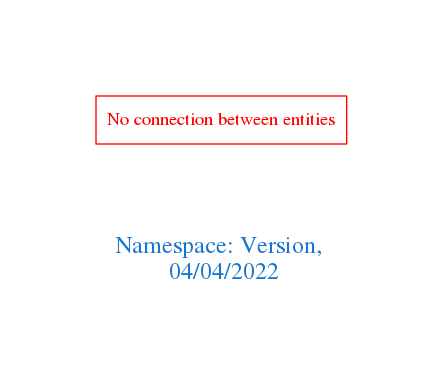
arago/OGIT keeps this Graphviz diagram as downloads/Version.png. Above is the earlier version. Its source is kept beside it as downloads/Version.dot.
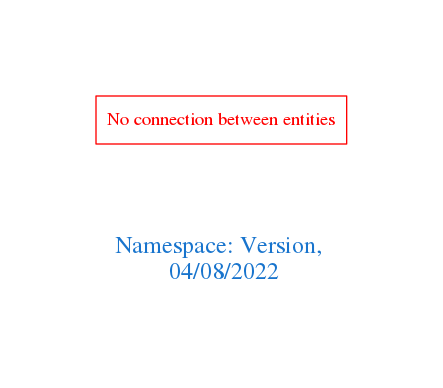
After the commit.

What changed in the source:
```diff
@@ -1,7 +1,7 @@
 digraph OGIT_ontology {
  graph [ rankdir= LR,pad=1
 fontsize = 18,
-fontcolor= dodgerblue3,label = "\n\n\nNamespace: Version, \n 04/04/2022"];
+fontcolor= dodgerblue3,label = "\n\n\nNamespace: Version, \n 04/08/2022"];
 node[shape=polygon];
 edge [  color="gray81"];
 
```
